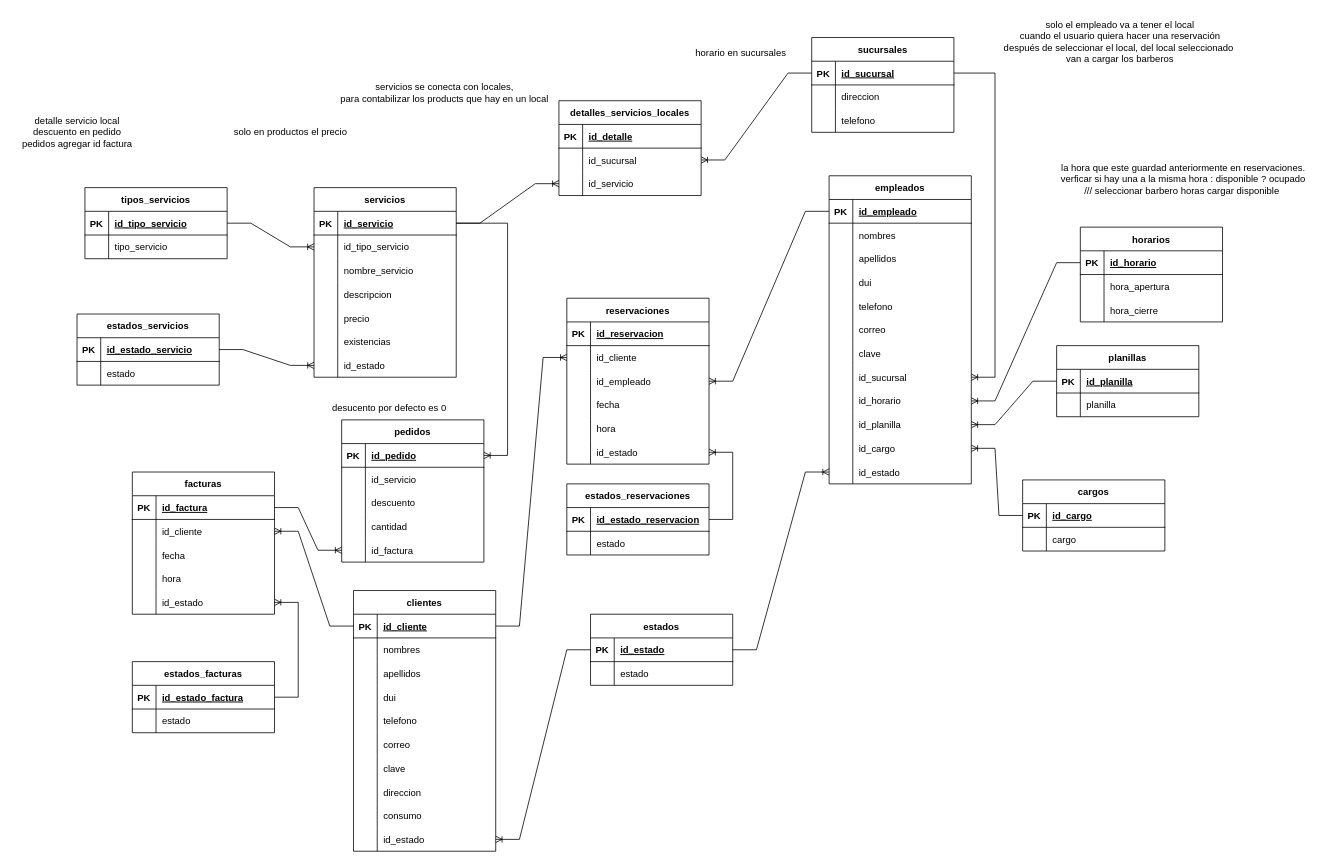
Earlier version of the draw.io diagram page "Modelo Lógico" (2 of 3) of Diagrama conceptual )1(.drawio (BerryBGoode/Makers_dev). Source tidied: cells renumbered, new cells numbered last; positions are measured from the earlier drawing's top-left corner, leaving out a move shared by most shapes. Both pictures are drawn from the tidied source at 79%, with x=0, y=0 at pixel (13, 13).
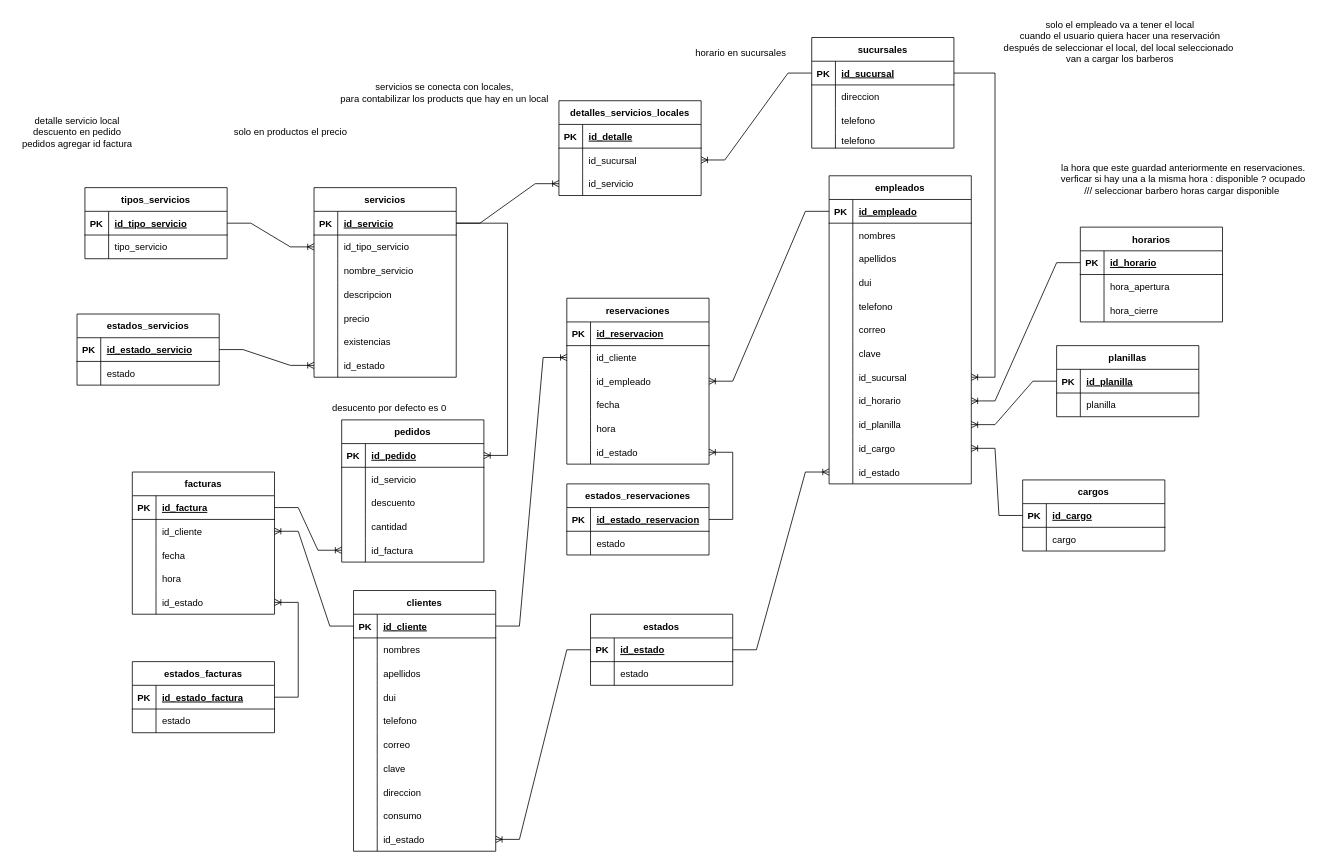
The same diagram, later.

Change to the diagram source:
```diff
@@
     <mxCell id="113" value="sucursales" style="shape=table;startSize=30;childLayout=tableLayout;rowLines=0;fontStyle=1;align=center;" parent="1" vertex="1">
-      <mxGeometry x="1010" y="30" width="180" height="120" as="geometry" />
+      <mxGeometry x="1010" y="30" width="180" height="140" as="geometry" />
     </mxCell>
@@
+    <mxCell id="246" style="shape=tableRow;horizontal=0;startSize=0;swimlaneHead=0;swimlaneBody=0;fillColor=none;top=0;left=0;right=0;bottom=0;" parent="113" vertex="1">
+      <mxGeometry y="120" width="180" height="20" as="geometry" />
+    </mxCell>
+    <mxCell id="247" style="shape=partialRectangle;fillColor=none;top=0;left=0;bottom=0;right=0;overflow=hidden;" parent="246" vertex="1">
+      <mxGeometry width="30" height="20" as="geometry" />
+    </mxCell>
+    <mxCell id="248" value="telefono" style="shape=partialRectangle;fillColor=none;top=0;left=0;bottom=0;right=0;align=left;spacingLeft=6;overflow=hidden;" parent="246" vertex="1">
+      <mxGeometry x="30" width="150" height="20" as="geometry" />
+    </mxCell>
```
